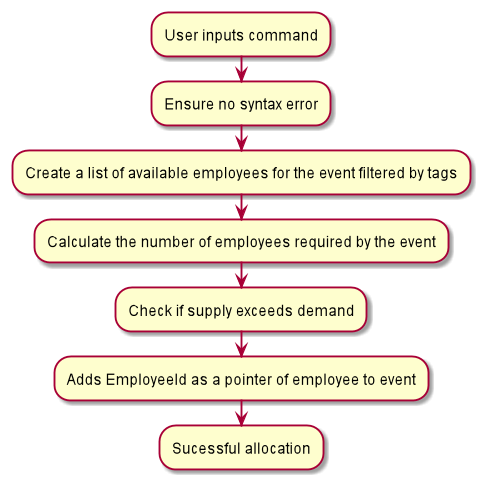
The PlantUML diagram docs/images/AutoAllocateFlowChart.png in nus-cs2103-AY1920S1/addressbook-level3, before a commit. The source it was exported from:
```plantuml
@startuml
:User inputs command;
:Ensure no syntax error;
:Create a list of available employees for the event filtered by tags;
:Calculate the number of employees required by the event;
:Check if supply exceeds demand;
:Adds EmployeeId as a pointer of employee to event;
:Sucessful allocation;


@enduml
```
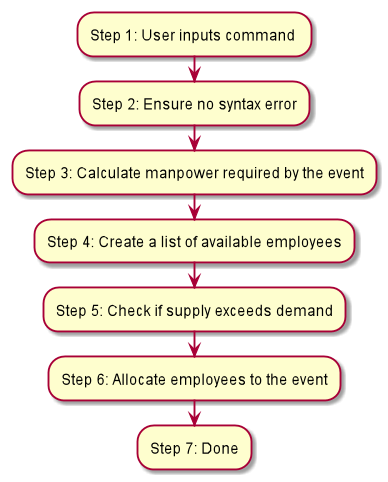
Above is the later version.

Diff of the diagram source:
```diff
@@ -1,11 +1,10 @@
 @startuml
-:User inputs command;
-:Ensure no syntax error;
-:Create a list of available employees for the event filtered by tags;
-:Calculate the number of employees required by the event;
-:Check if supply exceeds demand;
-:Adds EmployeeId as a pointer of employee to event;
-:Sucessful allocation;
-
+:Step 1: User inputs command ;
+:Step 2: Ensure no syntax error;
+:Step 3: Calculate manpower required by the event;
+:Step 4: Create a list of available employees;
+:Step 5: Check if supply exceeds demand;
+:Step 6: Allocate employees to the event;
+:Step 7: Done;
 
 @enduml
```
